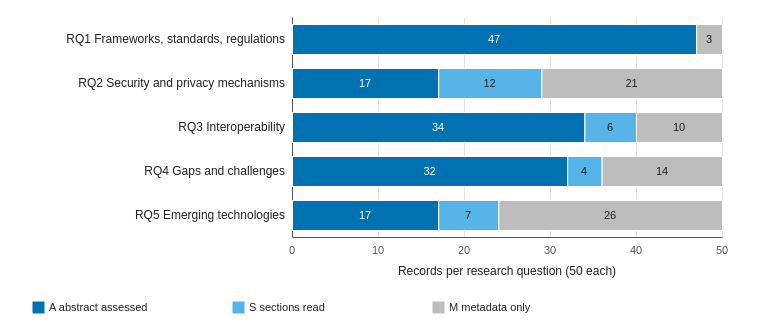
This is figures/fig_bib_2_evidence_by_rq.drawio from egagraha/slr-dataspace, a draw.io file, before an edit. Source tidied: cells renumbered, new cells numbered last; positions are measured from the earlier drawing's top-left corner, leaving out a move shared by most shapes. Both pictures are drawn from the tidied source at 100%, with x=0, y=0 at pixel (17, 17).
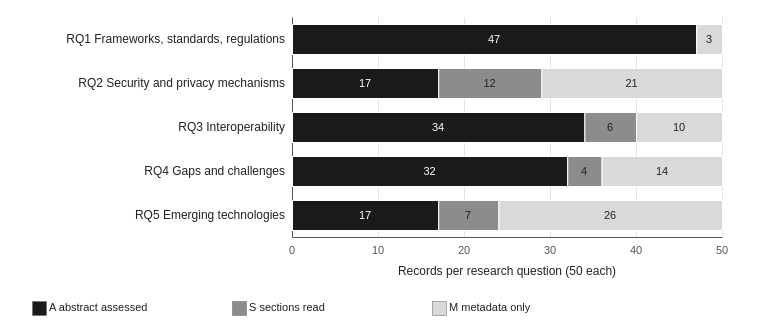
The same page after the edit.

Change to the diagram source:
```diff
@@
-    <mxCell id="17" value="47" style="rounded=0;whiteSpace=wrap;html=1;fillColor=#0072B2;strokeColor=#ffffff;strokeWidth=1;fontFamily=Helvetica;fontSize=11;fontColor=#ffffff;fontStyle=0;align=center;verticalAlign=middle;dashed=0;" parent="1" vertex="1">
+    <mxCell id="17" value="47" style="rounded=0;whiteSpace=wrap;html=1;fillColor=#1A1A1A;strokeColor=#ffffff;strokeWidth=1;fontFamily=Helvetica;fontSize=11;fontColor=#ffffff;fontStyle=0;align=center;verticalAlign=middle;dashed=0;" parent="1" vertex="1">
       <mxGeometry x="275" y="7" width="404.2" height="30" as="geometry" />
     </mxCell>
-    <mxCell id="18" value="3" style="rounded=0;whiteSpace=wrap;html=1;fillColor=#BDBDBD;strokeColor=#ffffff;strokeWidth=1;fontFamily=Helvetica;fontSize=11;fontColor=#222222;fontStyle=0;align=center;verticalAlign=middle;dashed=0;" parent="1" vertex="1">
+    <mxCell id="18" value="3" style="rounded=0;whiteSpace=wrap;html=1;fillColor=#D9D9D9;strokeColor=#ffffff;strokeWidth=1;fontFamily=Helvetica;fontSize=11;fontColor=#222222;fontStyle=0;align=center;verticalAlign=middle;dashed=0;" parent="1" vertex="1">
       <mxGeometry x="679.2" y="7" width="25.8" height="30" as="geometry" />
     </mxCell>
@@
-    <mxCell id="20" value="17" style="rounded=0;whiteSpace=wrap;html=1;fillColor=#0072B2;strokeColor=#ffffff;strokeWidth=1;fontFamily=Helvetica;fontSize=11;fontColor=#ffffff;fontStyle=0;align=center;verticalAlign=middle;dashed=0;" parent="1" vertex="1">
+    <mxCell id="20" value="17" style="rounded=0;whiteSpace=wrap;html=1;fillColor=#1A1A1A;strokeColor=#ffffff;strokeWidth=1;fontFamily=Helvetica;fontSize=11;fontColor=#ffffff;fontStyle=0;align=center;verticalAlign=middle;dashed=0;" parent="1" vertex="1">
       <mxGeometry x="275" y="51" width="146.2" height="30" as="geometry" />
     </mxCell>
-    <mxCell id="21" value="12" style="rounded=0;whiteSpace=wrap;html=1;fillColor=#56B4E9;strokeColor=#ffffff;strokeWidth=1;fontFamily=Helvetica;fontSize=11;fontColor=#222222;fontStyle=0;align=center;verticalAlign=middle;dashed=0;" parent="1" vertex="1">
+    <mxCell id="21" value="12" style="rounded=0;whiteSpace=wrap;html=1;fillColor=#8C8C8C;strokeColor=#ffffff;strokeWidth=1;fontFamily=Helvetica;fontSize=11;fontColor=#222222;fontStyle=0;align=center;verticalAlign=middle;dashed=0;" parent="1" vertex="1">
       <mxGeometry x="421.2" y="51" width="103.2" height="30" as="geometry" />
     </mxCell>
-    <mxCell id="22" value="21" style="rounded=0;whiteSpace=wrap;html=1;fillColor=#BDBDBD;strokeColor=#ffffff;strokeWidth=1;fontFamily=Helvetica;fontSize=11;fontColor=#222222;fontStyle=0;align=center;verticalAlign=middle;dashed=0;" parent="1" vertex="1">
+    <mxCell id="22" value="21" style="rounded=0;whiteSpace=wrap;html=1;fillColor=#D9D9D9;strokeColor=#ffffff;strokeWidth=1;fontFamily=Helvetica;fontSize=11;fontColor=#222222;fontStyle=0;align=center;verticalAlign=middle;dashed=0;" parent="1" vertex="1">
       <mxGeometry x="524.4" y="51" width="180.6" height="30" as="geometry" />
     </mxCell>
@@
-    <mxCell id="24" value="34" style="rounded=0;whiteSpace=wrap;html=1;fillColor=#0072B2;strokeColor=#ffffff;strokeWidth=1;fontFamily=Helvetica;fontSize=11;fontColor=#ffffff;fontStyle=0;align=center;verticalAlign=middle;dashed=0;" parent="1" vertex="1">
+    <mxCell id="24" value="34" style="rounded=0;whiteSpace=wrap;html=1;fillColor=#1A1A1A;strokeColor=#ffffff;strokeWidth=1;fontFamily=Helvetica;fontSize=11;fontColor=#ffffff;fontStyle=0;align=center;verticalAlign=middle;dashed=0;" parent="1" vertex="1">
       <mxGeometry x="275" y="95" width="292.4" height="30" as="geometry" />
     </mxCell>
-    <mxCell id="25" value="6" style="rounded=0;whiteSpace=wrap;html=1;fillColor=#56B4E9;strokeColor=#ffffff;strokeWidth=1;fontFamily=Helvetica;fontSize=11;fontColor=#222222;fontStyle=0;align=center;verticalAlign=middle;dashed=0;" parent="1" vertex="1">
+    <mxCell id="25" value="6" style="rounded=0;whiteSpace=wrap;html=1;fillColor=#8C8C8C;strokeColor=#ffffff;strokeWidth=1;fontFamily=Helvetica;fontSize=11;fontColor=#222222;fontStyle=0;align=center;verticalAlign=middle;dashed=0;" parent="1" vertex="1">
       <mxGeometry x="567.4" y="95" width="51.6" height="30" as="geometry" />
     </mxCell>
-    <mxCell id="26" value="10" style="rounded=0;whiteSpace=wrap;html=1;fillColor=#BDBDBD;strokeColor=#ffffff;strokeWidth=1;fontFamily=Helvetica;fontSize=11;fontColor=#222222;fontStyle=0;align=center;verticalAlign=middle;dashed=0;" parent="1" vertex="1">
+    <mxCell id="26" value="10" style="rounded=0;whiteSpace=wrap;html=1;fillColor=#D9D9D9;strokeColor=#ffffff;strokeWidth=1;fontFamily=Helvetica;fontSize=11;fontColor=#222222;fontStyle=0;align=center;verticalAlign=middle;dashed=0;" parent="1" vertex="1">
       <mxGeometry x="619" y="95" width="86" height="30" as="geometry" />
     </mxCell>
@@
-    <mxCell id="28" value="32" style="rounded=0;whiteSpace=wrap;html=1;fillColor=#0072B2;strokeColor=#ffffff;strokeWidth=1;fontFamily=Helvetica;fontSize=11;fontColor=#ffffff;fontStyle=0;align=center;verticalAlign=middle;dashed=0;" parent="1" vertex="1">
+    <mxCell id="28" value="32" style="rounded=0;whiteSpace=wrap;html=1;fillColor=#1A1A1A;strokeColor=#ffffff;strokeWidth=1;fontFamily=Helvetica;fontSize=11;fontColor=#ffffff;fontStyle=0;align=center;verticalAlign=middle;dashed=0;" parent="1" vertex="1">
       <mxGeometry x="275" y="139" width="275.2" height="30" as="geometry" />
     </mxCell>
-    <mxCell id="29" value="4" style="rounded=0;whiteSpace=wrap;html=1;fillColor=#56B4E9;strokeColor=#ffffff;strokeWidth=1;fontFamily=Helvetica;fontSize=11;fontColor=#222222;fontStyle=0;align=center;verticalAlign=middle;dashed=0;" parent="1" vertex="1">
+    <mxCell id="29" value="4" style="rounded=0;whiteSpace=wrap;html=1;fillColor=#8C8C8C;strokeColor=#ffffff;strokeWidth=1;fontFamily=Helvetica;fontSize=11;fontColor=#222222;fontStyle=0;align=center;verticalAlign=middle;dashed=0;" parent="1" vertex="1">
       <mxGeometry x="550.2" y="139" width="34.4" height="30" as="geometry" />
     </mxCell>
-    <mxCell id="30" value="14" style="rounded=0;whiteSpace=wrap;html=1;fillColor=#BDBDBD;strokeColor=#ffffff;strokeWidth=1;fontFamily=Helvetica;fontSize=11;fontColor=#222222;fontStyle=0;align=center;verticalAlign=middle;dashed=0;" parent="1" vertex="1">
+    <mxCell id="30" value="14" style="rounded=0;whiteSpace=wrap;html=1;fillColor=#D9D9D9;strokeColor=#ffffff;strokeWidth=1;fontFamily=Helvetica;fontSize=11;fontColor=#222222;fontStyle=0;align=center;verticalAlign=middle;dashed=0;" parent="1" vertex="1">
       <mxGeometry x="584.6" y="139" width="120.4" height="30" as="geometry" />
     </mxCell>
@@
-    <mxCell id="32" value="17" style="rounded=0;whiteSpace=wrap;html=1;fillColor=#0072B2;strokeColor=#ffffff;strokeWidth=1;fontFamily=Helvetica;fontSize=11;fontColor=#ffffff;fontStyle=0;align=center;verticalAlign=middle;dashed=0;" parent="1" vertex="1">
+    <mxCell id="32" value="17" style="rounded=0;whiteSpace=wrap;html=1;fillColor=#1A1A1A;strokeColor=#ffffff;strokeWidth=1;fontFamily=Helvetica;fontSize=11;fontColor=#ffffff;fontStyle=0;align=center;verticalAlign=middle;dashed=0;" parent="1" vertex="1">
       <mxGeometry x="275" y="183" width="146.2" height="30" as="geometry" />
     </mxCell>
-    <mxCell id="33" value="7" style="rounded=0;whiteSpace=wrap;html=1;fillColor=#56B4E9;strokeColor=#ffffff;strokeWidth=1;fontFamily=Helvetica;fontSize=11;fontColor=#222222;fontStyle=0;align=center;verticalAlign=middle;dashed=0;" parent="1" vertex="1">
+    <mxCell id="33" value="7" style="rounded=0;whiteSpace=wrap;html=1;fillColor=#8C8C8C;strokeColor=#ffffff;strokeWidth=1;fontFamily=Helvetica;fontSize=11;fontColor=#222222;fontStyle=0;align=center;verticalAlign=middle;dashed=0;" parent="1" vertex="1">
       <mxGeometry x="421.2" y="183" width="60.2" height="30" as="geometry" />
     </mxCell>
-    <mxCell id="34" value="26" style="rounded=0;whiteSpace=wrap;html=1;fillColor=#BDBDBD;strokeColor=#ffffff;strokeWidth=1;fontFamily=Helvetica;fontSize=11;fontColor=#222222;fontStyle=0;align=center;verticalAlign=middle;dashed=0;" parent="1" vertex="1">
+    <mxCell id="34" value="26" style="rounded=0;whiteSpace=wrap;html=1;fillColor=#D9D9D9;strokeColor=#ffffff;strokeWidth=1;fontFamily=Helvetica;fontSize=11;fontColor=#222222;fontStyle=0;align=center;verticalAlign=middle;dashed=0;" parent="1" vertex="1">
       <mxGeometry x="481.4" y="183" width="223.6" height="30" as="geometry" />
     </mxCell>
@@
-    <mxCell id="36" style="rounded=0;whiteSpace=wrap;html=1;fillColor=#0072B2;strokeColor=none;strokeWidth=1;fontFamily=Helvetica;fontSize=12;fontColor=#222222;fontStyle=0;align=center;verticalAlign=middle;dashed=0;" parent="1" vertex="1">
-      <mxGeometry x="15" y="284" width="12" height="12" as="geometry" />
+    <mxCell id="36" style="rounded=0;whiteSpace=wrap;html=1;fillColor=#1A1A1A;strokeColor=#666666;strokeWidth=0.5;fontFamily=Helvetica;fontSize=12;fontColor=#222222;fontStyle=0;align=center;verticalAlign=middle;dashed=0;" parent="1" vertex="1">
+      <mxGeometry x="15" y="284" width="14" height="14" as="geometry" />
     </mxCell>
@@
-    <mxCell id="38" style="rounded=0;whiteSpace=wrap;html=1;fillColor=#56B4E9;strokeColor=none;strokeWidth=1;fontFamily=Helvetica;fontSize=12;fontColor=#222222;fontStyle=0;align=center;verticalAlign=middle;dashed=0;" parent="1" vertex="1">
-      <mxGeometry x="215" y="284" width="12" height="12" as="geometry" />
+    <mxCell id="38" style="rounded=0;whiteSpace=wrap;html=1;fillColor=#8C8C8C;strokeColor=#666666;strokeWidth=0.5;fontFamily=Helvetica;fontSize=12;fontColor=#222222;fontStyle=0;align=center;verticalAlign=middle;dashed=0;" parent="1" vertex="1">
+      <mxGeometry x="215" y="284" width="14" height="14" as="geometry" />
     </mxCell>
@@
-    <mxCell id="40" style="rounded=0;whiteSpace=wrap;html=1;fillColor=#BDBDBD;strokeColor=none;strokeWidth=1;fontFamily=Helvetica;fontSize=12;fontColor=#222222;fontStyle=0;align=center;verticalAlign=middle;dashed=0;" parent="1" vertex="1">
-      <mxGeometry x="415" y="284" width="12" height="12" as="geometry" />
+    <mxCell id="40" style="rounded=0;whiteSpace=wrap;html=1;fillColor=#D9D9D9;strokeColor=#666666;strokeWidth=0.5;fontFamily=Helvetica;fontSize=12;fontColor=#222222;fontStyle=0;align=center;verticalAlign=middle;dashed=0;" parent="1" vertex="1">
+      <mxGeometry x="415" y="284" width="14" height="14" as="geometry" />
     </mxCell>
```
